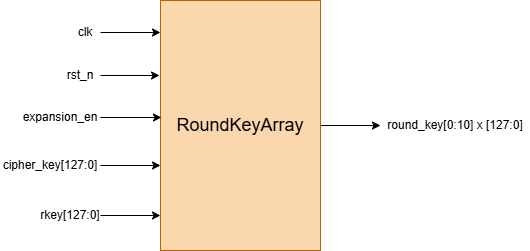
Above: KeyExpansion/media/KErkArray High.png in LQLManZz/AES128-Verilog (draw.io), before the change. Source tidied: cells renumbered, new cells last; positions are measured from the earlier drawing's top-left corner, leaving out a move shared by most shapes. The source it was exported from:
```xml
<mxGraphModel>
  <root>
    <mxCell id="0" />
    <mxCell id="1" parent="0" />
    <mxCell id="2" value="clk" style="text;html=1;whiteSpace=wrap;strokeColor=none;fillColor=none;align=center;verticalAlign=middle;rounded=0;" parent="1" vertex="1">
      <mxGeometry x="70" y="17" width="30" height="30" as="geometry" />
    </mxCell>
    <mxCell id="3" value="rst_n" style="text;html=1;whiteSpace=wrap;strokeColor=none;fillColor=none;align=center;verticalAlign=middle;rounded=0;" parent="1" vertex="1">
      <mxGeometry x="60" y="60" width="40" height="30" as="geometry" />
    </mxCell>
    <mxCell id="4" value="expansion_en" style="text;html=1;whiteSpace=wrap;strokeColor=none;fillColor=none;align=center;verticalAlign=middle;rounded=0;" parent="1" vertex="1">
      <mxGeometry x="20" y="102" width="80" height="30" as="geometry" />
    </mxCell>
    <mxCell id="5" style="edgeStyle=orthogonalEdgeStyle;rounded=0;jettySize=auto;html=1;exitX=1;exitY=0.5;exitDx=0;exitDy=0;entryX=0;entryY=0.5;entryDx=0;entryDy=0;" parent="1" edge="1" source="6" target="14">
      <mxGeometry relative="1" as="geometry" />
    </mxCell>
    <mxCell id="6" value="&lt;font style=&quot;font-size: 18px;&quot;&gt;RoundKeyArray&lt;/font&gt;" style="whiteSpace=wrap;html=1;fillColor=#fad7ac;strokeColor=#b46504;" parent="1" vertex="1">
      <mxGeometry x="160" width="160" height="250" as="geometry" />
    </mxCell>
    <mxCell id="7" value="cipher_key[127:0]" style="text;html=1;whiteSpace=wrap;strokeColor=none;fillColor=none;align=center;verticalAlign=middle;rounded=0;" parent="1" vertex="1">
      <mxGeometry y="150" width="100" height="30" as="geometry" />
    </mxCell>
    <mxCell id="8" value="rkey[127:0]" style="text;html=1;whiteSpace=wrap;strokeColor=none;fillColor=none;align=center;verticalAlign=middle;rounded=0;" parent="1" vertex="1">
      <mxGeometry x="40" y="200" width="60" height="30" as="geometry" />
    </mxCell>
    <mxCell id="9" style="edgeStyle=orthogonalEdgeStyle;rounded=0;jettySize=auto;html=1;exitX=1;exitY=0.5;exitDx=0;exitDy=0;entryX=0;entryY=0.128;entryDx=0;entryDy=0;entryPerimeter=0;" parent="1" edge="1" source="2" target="6">
      <mxGeometry relative="1" as="geometry" />
    </mxCell>
    <mxCell id="10" style="edgeStyle=orthogonalEdgeStyle;rounded=0;jettySize=auto;html=1;exitX=1;exitY=0.5;exitDx=0;exitDy=0;entryX=-0.006;entryY=0.3;entryDx=0;entryDy=0;entryPerimeter=0;" parent="1" edge="1" source="3" target="6">
      <mxGeometry relative="1" as="geometry" />
    </mxCell>
    <mxCell id="11" style="edgeStyle=orthogonalEdgeStyle;rounded=0;jettySize=auto;html=1;exitX=1;exitY=0.5;exitDx=0;exitDy=0;entryX=0.006;entryY=0.468;entryDx=0;entryDy=0;entryPerimeter=0;" parent="1" edge="1" source="4" target="6">
      <mxGeometry relative="1" as="geometry" />
    </mxCell>
    <mxCell id="12" style="edgeStyle=orthogonalEdgeStyle;rounded=0;jettySize=auto;html=1;exitX=1;exitY=0.5;exitDx=0;exitDy=0;entryX=0;entryY=0.66;entryDx=0;entryDy=0;entryPerimeter=0;" parent="1" edge="1" source="7" target="6">
      <mxGeometry relative="1" as="geometry" />
    </mxCell>
    <mxCell id="13" style="edgeStyle=orthogonalEdgeStyle;rounded=0;jettySize=auto;html=1;exitX=1;exitY=0.5;exitDx=0;exitDy=0;entryX=0;entryY=0.86;entryDx=0;entryDy=0;entryPerimeter=0;" parent="1" edge="1" source="8" target="6">
      <mxGeometry relative="1" as="geometry" />
    </mxCell>
    <mxCell id="14" value="round_key[0:10] x [127:0]" style="text;html=1;whiteSpace=wrap;strokeColor=none;fillColor=none;align=center;verticalAlign=middle;rounded=0;" parent="1" vertex="1">
      <mxGeometry x="380" y="110" width="150" height="30" as="geometry" />
    </mxCell>
  </root>
</mxGraphModel>
```
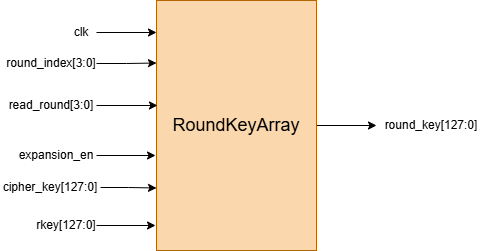
After the change.

What changed in the source:
```diff
@@ -5,11 +5,8 @@
     <mxCell id="2" value="clk" style="text;html=1;whiteSpace=wrap;strokeColor=none;fillColor=none;align=center;verticalAlign=middle;rounded=0;" parent="1" vertex="1">
       <mxGeometry x="70" y="17" width="30" height="30" as="geometry" />
     </mxCell>
-    <mxCell id="3" value="rst_n" style="text;html=1;whiteSpace=wrap;strokeColor=none;fillColor=none;align=center;verticalAlign=middle;rounded=0;" parent="1" vertex="1">
-      <mxGeometry x="60" y="60" width="40" height="30" as="geometry" />
-    </mxCell>
     <mxCell id="4" value="expansion_en" style="text;html=1;whiteSpace=wrap;strokeColor=none;fillColor=none;align=center;verticalAlign=middle;rounded=0;" parent="1" vertex="1">
-      <mxGeometry x="20" y="102" width="80" height="30" as="geometry" />
+      <mxGeometry x="20" y="140" width="80" height="30" as="geometry" />
     </mxCell>
     <mxCell id="5" style="edgeStyle=orthogonalEdgeStyle;rounded=0;jettySize=auto;html=1;exitX=1;exitY=0.5;exitDx=0;exitDy=0;entryX=0;entryY=0.5;entryDx=0;entryDy=0;" parent="1" edge="1" source="6" target="14">
       <mxGeometry relative="1" as="geometry" />
@@ -17,29 +14,38 @@
     <mxCell id="6" value="&lt;font style=&quot;font-size: 18px;&quot;&gt;RoundKeyArray&lt;/font&gt;" style="whiteSpace=wrap;html=1;fillColor=#fad7ac;strokeColor=#b46504;" parent="1" vertex="1">
       <mxGeometry x="160" width="160" height="250" as="geometry" />
     </mxCell>
+    <mxCell id="12" style="edgeStyle=orthogonalEdgeStyle;rounded=0;jettySize=auto;html=1;exitX=1;exitY=0.5;exitDx=0;exitDy=0;entryX=0;entryY=0.75;entryDx=0;entryDy=0;" parent="1" edge="1" source="7" target="6">
+      <mxGeometry relative="1" as="geometry" />
+    </mxCell>
     <mxCell id="7" value="cipher_key[127:0]" style="text;html=1;whiteSpace=wrap;strokeColor=none;fillColor=none;align=center;verticalAlign=middle;rounded=0;" parent="1" vertex="1">
-      <mxGeometry y="150" width="100" height="30" as="geometry" />
+      <mxGeometry x="4" y="172" width="100" height="30" as="geometry" />
     </mxCell>
     <mxCell id="8" value="rkey[127:0]" style="text;html=1;whiteSpace=wrap;strokeColor=none;fillColor=none;align=center;verticalAlign=middle;rounded=0;" parent="1" vertex="1">
-      <mxGeometry x="40" y="200" width="60" height="30" as="geometry" />
+      <mxGeometry x="40" y="210" width="60" height="30" as="geometry" />
     </mxCell>
     <mxCell id="9" style="edgeStyle=orthogonalEdgeStyle;rounded=0;jettySize=auto;html=1;exitX=1;exitY=0.5;exitDx=0;exitDy=0;entryX=0;entryY=0.128;entryDx=0;entryDy=0;entryPerimeter=0;" parent="1" edge="1" source="2" target="6">
       <mxGeometry relative="1" as="geometry" />
     </mxCell>
-    <mxCell id="10" style="edgeStyle=orthogonalEdgeStyle;rounded=0;jettySize=auto;html=1;exitX=1;exitY=0.5;exitDx=0;exitDy=0;entryX=-0.006;entryY=0.3;entryDx=0;entryDy=0;entryPerimeter=0;" parent="1" edge="1" source="3" target="6">
-      <mxGeometry relative="1" as="geometry" />
-    </mxCell>
+    <mxCell id="14" value="round_key[127:0]" style="text;html=1;whiteSpace=wrap;strokeColor=none;fillColor=none;align=center;verticalAlign=middle;rounded=0;" parent="1" vertex="1">
+      <mxGeometry x="380" y="110" width="110" height="30" as="geometry" />
+    </mxCell>
+    <mxCell id="15" style="edgeStyle=orthogonalEdgeStyle;rounded=0;jettySize=auto;html=1;exitX=1;exitY=0.5;exitDx=0;exitDy=0;entryX=0;entryY=0.25;entryDx=0;entryDy=0;" parent="1" edge="1" source="16" target="6">
+      <mxGeometry relative="1" as="geometry" />
+    </mxCell>
+    <mxCell id="16" value="round_index[3:0]" style="text;html=1;whiteSpace=wrap;strokeColor=none;fillColor=none;align=center;verticalAlign=middle;rounded=0;" parent="1" vertex="1">
+      <mxGeometry x="10" y="48" width="90" height="30" as="geometry" />
+    </mxCell>
+    <mxCell id="13" style="edgeStyle=orthogonalEdgeStyle;rounded=0;jettySize=auto;html=1;exitX=1;exitY=0.5;exitDx=0;exitDy=0;entryX=-0.006;entryY=0.9;entryDx=0;entryDy=0;entryPerimeter=0;" parent="1" edge="1" source="8" target="6">
+      <mxGeometry relative="1" as="geometry" />
+    </mxCell>
-    <mxCell id="11" style="edgeStyle=orthogonalEdgeStyle;rounded=0;jettySize=auto;html=1;exitX=1;exitY=0.5;exitDx=0;exitDy=0;entryX=0.006;entryY=0.468;entryDx=0;entryDy=0;entryPerimeter=0;" parent="1" edge="1" source="4" target="6">
+    <mxCell id="11" style="edgeStyle=orthogonalEdgeStyle;rounded=0;jettySize=auto;html=1;exitX=1;exitY=0.5;exitDx=0;exitDy=0;entryX=-0.006;entryY=0.62;entryDx=0;entryDy=0;entryPerimeter=0;" parent="1" edge="1" source="4" target="6">
       <mxGeometry relative="1" as="geometry" />
     </mxCell>
-    <mxCell id="12" style="edgeStyle=orthogonalEdgeStyle;rounded=0;jettySize=auto;html=1;exitX=1;exitY=0.5;exitDx=0;exitDy=0;entryX=0;entryY=0.66;entryDx=0;entryDy=0;entryPerimeter=0;" parent="1" edge="1" source="7" target="6">
-      <mxGeometry relative="1" as="geometry" />
-    </mxCell>
-    <mxCell id="13" style="edgeStyle=orthogonalEdgeStyle;rounded=0;jettySize=auto;html=1;exitX=1;exitY=0.5;exitDx=0;exitDy=0;entryX=0;entryY=0.86;entryDx=0;entryDy=0;entryPerimeter=0;" parent="1" edge="1" source="8" target="6">
-      <mxGeometry relative="1" as="geometry" />
-    </mxCell>
-    <mxCell id="14" value="round_key[0:10] x [127:0]" style="text;html=1;whiteSpace=wrap;strokeColor=none;fillColor=none;align=center;verticalAlign=middle;rounded=0;" parent="1" vertex="1">
-      <mxGeometry x="380" y="110" width="150" height="30" as="geometry" />
-    </mxCell>
+    <mxCell id="17" value="read_round[3:0]" style="text;html=1;whiteSpace=wrap;strokeColor=none;fillColor=none;align=center;verticalAlign=middle;rounded=0;" parent="1" vertex="1">
+      <mxGeometry x="10" y="90" width="90" height="30" as="geometry" />
+    </mxCell>
+    <mxCell id="18" style="edgeStyle=orthogonalEdgeStyle;rounded=0;jettySize=auto;html=1;exitX=1;exitY=0.5;exitDx=0;exitDy=0;entryX=0.006;entryY=0.42;entryDx=0;entryDy=0;entryPerimeter=0;" parent="1" edge="1" source="17" target="6">
+      <mxGeometry relative="1" as="geometry" />
+    </mxCell>
   </root>
 </mxGraphModel>
```
